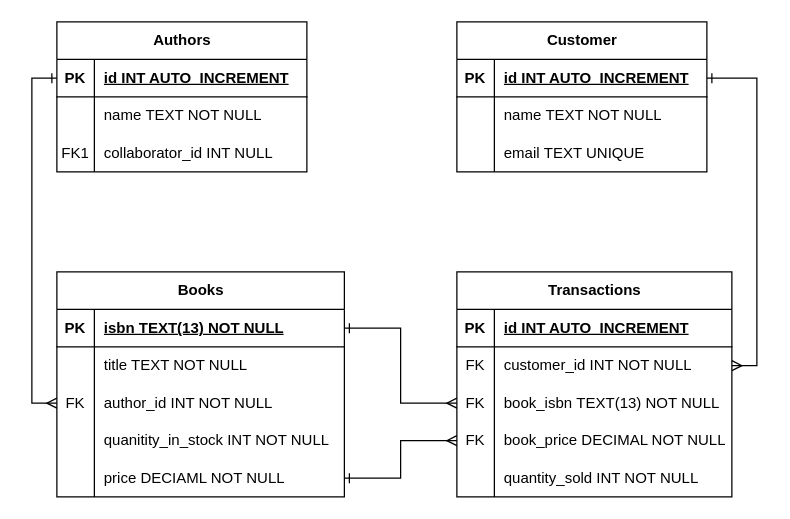
The draw.io diagram Question 1 Task 3.drawio in markoagidej/Database-Fundamentals, before the edit. Source tidied: cells renumbered, new cells numbered last; positions are measured from the earlier drawing's top-left corner, leaving out a move shared by most shapes. Both pictures are drawn from the tidied source at 125%, with x=0, y=0 at pixel (56, 21).
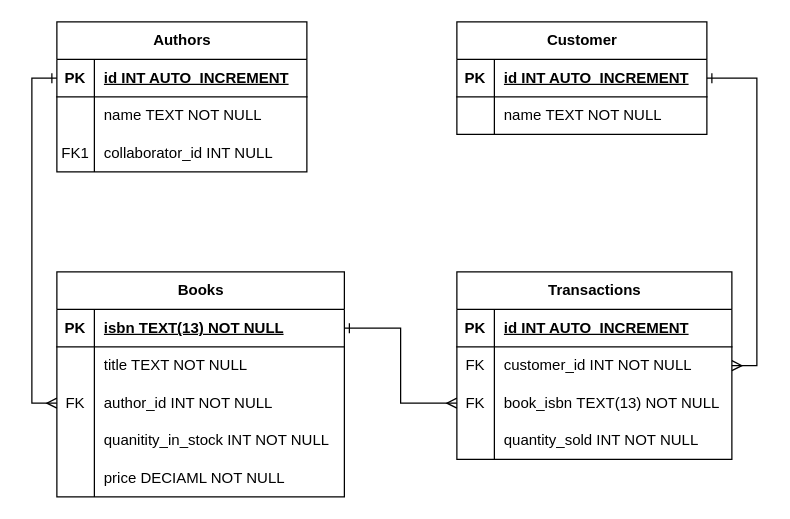
The same diagram, later.

The change refers to these unchanged cells:
```xml
<mxCell id="15" style="shape=tableRow;horizontal=0;startSize=0;swimlaneHead=0;swimlaneBody=0;fillColor=none;points=[[0,0.5],[1,0.5]];portConstraint=eastwest;top=0;left=0;right=0;bottom=0;" parent="2" vertex="1">
  <mxGeometry y="150" width="230" height="30" as="geometry" />
</mxCell>
```

Diff of the diagram source:
```diff
@@
     <mxCell id="18" value="Transactions" style="shape=table;startSize=30;childLayout=tableLayout;rowLines=0;fontStyle=1;align=center;html=1;" parent="1" vertex="1">
-      <mxGeometry x="320" y="200" width="220" height="180" as="geometry" />
+      <mxGeometry x="320" y="200" width="220" height="150" as="geometry" />
     </mxCell>
@@
-    <mxCell id="28" style="shape=tableRow;horizontal=0;startSize=0;swimlaneHead=0;swimlaneBody=0;fillColor=none;points=[[0,0.5],[1,0.5]];portConstraint=eastwest;top=0;left=0;right=0;bottom=0;" parent="18" vertex="1">
-      <mxGeometry y="120" width="220" height="30" as="geometry" />
-    </mxCell>
-    <mxCell id="29" value="FK" style="shape=partialRectangle;fillColor=none;top=0;left=0;bottom=0;right=0;overflow=hidden;whiteSpace=wrap;html=1;" parent="28" vertex="1">
-      <mxGeometry width="30" height="30" as="geometry" />
-    </mxCell>
-    <mxCell id="30" value="book_price&amp;nbsp;DECIMAL NOT NULL" style="shape=partialRectangle;fillColor=none;top=0;left=0;bottom=0;right=0;align=left;spacingLeft=6;overflow=hidden;whiteSpace=wrap;html=1;" parent="28" vertex="1">
-      <mxGeometry x="30" width="190" height="30" as="geometry" />
-    </mxCell>
     <mxCell id="31" style="shape=tableRow;horizontal=0;startSize=0;swimlaneHead=0;swimlaneBody=0;fillColor=none;top=0;left=0;right=0;bottom=0;" parent="18" vertex="1">
-      <mxGeometry y="150" width="220" height="30" as="geometry" />
+      <mxGeometry y="120" width="220" height="30" as="geometry" />
     </mxCell>
@@
     <mxCell id="34" value="Customer" style="shape=table;startSize=30;childLayout=tableLayout;rowLines=0;fontStyle=1;align=center;html=1;" parent="1" vertex="1">
-      <mxGeometry x="320" width="200" height="120" as="geometry" />
+      <mxGeometry x="320" width="200" height="90" as="geometry" />
     </mxCell>
@@
-    <mxCell id="41" style="shape=tableRow;horizontal=0;startSize=0;swimlaneHead=0;swimlaneBody=0;fillColor=none;top=0;left=0;right=0;bottom=0;" parent="34" vertex="1">
-      <mxGeometry y="90" width="200" height="30" as="geometry" />
-    </mxCell>
-    <mxCell id="42" style="shape=partialRectangle;fillColor=none;top=0;left=0;bottom=0;right=0;overflow=hidden;whiteSpace=wrap;html=1;" parent="41" vertex="1">
-      <mxGeometry width="30" height="30" as="geometry" />
-    </mxCell>
-    <mxCell id="43" value="email&amp;nbsp;TEXT UNIQUE" style="shape=partialRectangle;fillColor=none;top=0;left=0;bottom=0;right=0;align=left;spacingLeft=6;overflow=hidden;whiteSpace=wrap;html=1;" parent="41" vertex="1">
-      <mxGeometry x="30" width="170" height="30" as="geometry" />
-    </mxCell>
@@
-    <mxCell id="57" style="edgeStyle=orthogonalEdgeStyle;rounded=0;jettySize=auto;html=1;exitX=1;exitY=0.5;exitDx=0;exitDy=0;entryX=0;entryY=0.5;entryDx=0;entryDy=0;startArrow=ERone;startFill=0;endArrow=ERmany;endFill=0;" parent="1" edge="1" source="15" target="28">
-      <mxGeometry relative="1" as="geometry" />
-    </mxCell>
```
